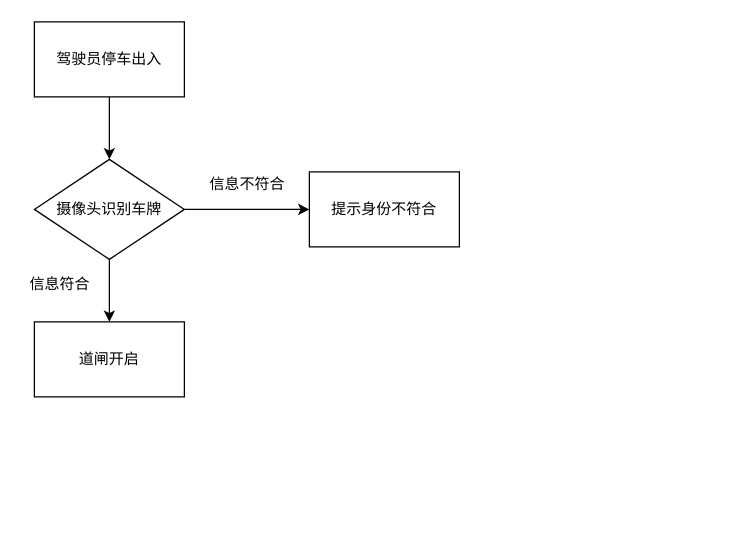
Earlier version of the draw.io diagram Untitled Diagram.drawio (ls12677/software). Source tidied: cells renumbered, new cells numbered last; positions are measured from the earlier drawing's top-left corner, leaving out a move shared by most shapes. Both pictures are drawn from the tidied source at 125%, with x=0, y=0 at pixel (21, 21).
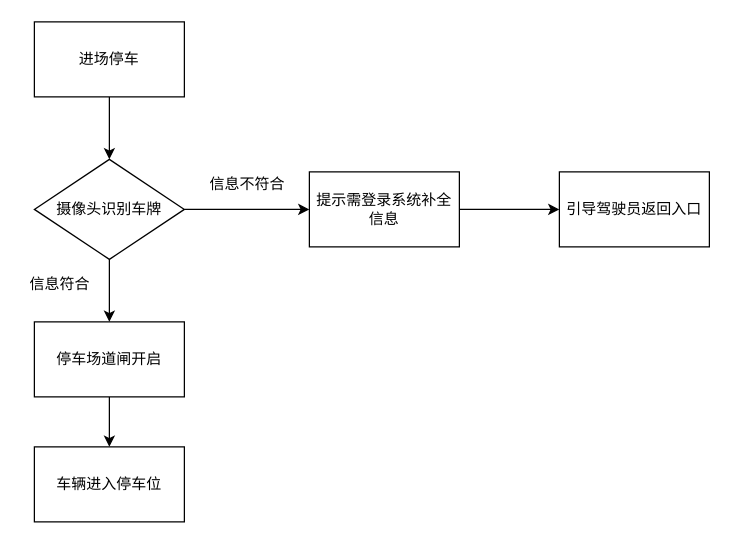
The same diagram, later.

Diff of the diagram source:
```diff
@@
 <mxGraphModel>
   <root>
     <mxCell id="0" />
     <mxCell id="1" parent="0" />
-    <mxCell id="2" value="驾驶员停车出入" style="rounded=0;whiteSpace=wrap;html=1;" parent="1" vertex="1">
+    <mxCell id="2" value="进场停车" style="rounded=0;whiteSpace=wrap;html=1;" parent="1" vertex="1">
       <mxGeometry x="10" width="120" height="60" as="geometry" />
     </mxCell>
     <mxCell id="3" style="endArrow=classic;html=1;exitX=0.5;exitY=1;exitDx=0;exitDy=0;" parent="1" edge="1" source="2">
       <mxGeometry relative="1" as="geometry">
         <mxPoint x="70" y="110" as="targetPoint" />
       </mxGeometry>
     </mxCell>
     <mxCell id="4" value="摄像头识别车牌" style="rhombus;whiteSpace=wrap;html=1;" parent="1" vertex="1">
       <mxGeometry x="10" y="110" width="120" height="80" as="geometry" />
     </mxCell>
-    <mxCell id="5" value="提示身份不符合" style="rounded=0;whiteSpace=wrap;html=1;" parent="1" vertex="1">
+    <mxCell id="5" value="提示需登录系统补全信息" style="rounded=0;whiteSpace=wrap;html=1;" parent="1" vertex="1">
       <mxGeometry x="230" y="120" width="120" height="60" as="geometry" />
     </mxCell>
     <mxCell id="6" style="endArrow=classic;html=1;exitX=1;exitY=0.5;exitDx=0;exitDy=0;" parent="1" edge="1" source="4">
       <mxGeometry relative="1" as="geometry">
         <mxPoint x="230" y="150" as="targetPoint" />
       </mxGeometry>
     </mxCell>
     <mxCell id="7" value="信息不符合" style="text;html=1;align=center;verticalAlign=middle;" parent="1" vertex="1">
       <mxGeometry x="140" y="120" width="80" height="20" as="geometry" />
     </mxCell>
-    <mxCell id="8" value="道闸开启" style="rounded=0;whiteSpace=wrap;html=1;" parent="1" vertex="1">
+    <mxCell id="8" value="停车场道闸开启" style="rounded=0;whiteSpace=wrap;html=1;" parent="1" vertex="1">
       <mxGeometry x="10" y="240" width="120" height="60" as="geometry" />
     </mxCell>
     <mxCell id="9" style="endArrow=classic;html=1;exitX=0.5;exitY=1;exitDx=0;exitDy=0;entryX=0.5;entryY=0;entryDx=0;entryDy=0;" parent="1" edge="1" source="4" target="8">
       <mxGeometry relative="1" as="geometry" />
     </mxCell>
     <mxCell id="10" value="信息符合" style="text;html=1;align=center;verticalAlign=middle;rotation=0;" parent="1" vertex="1">
       <mxGeometry y="200" width="60" height="20" as="geometry" />
     </mxCell>
+    <mxCell id="11" value="引导驾驶员返回入口" style="rounded=0;whiteSpace=wrap;html=1;" parent="1" vertex="1">
+      <mxGeometry x="430" y="120" width="120" height="60" as="geometry" />
+    </mxCell>
+    <mxCell id="12" style="endArrow=classic;html=1;entryX=0;entryY=0.5;entryDx=0;entryDy=0;exitX=1;exitY=0.5;exitDx=0;exitDy=0;" parent="1" edge="1" source="5" target="11">
+      <mxGeometry relative="1" as="geometry" />
+    </mxCell>
+    <mxCell id="13" value="车辆进入停车位" style="rounded=0;whiteSpace=wrap;html=1;" parent="1" vertex="1">
+      <mxGeometry x="10" y="340" width="120" height="60" as="geometry" />
+    </mxCell>
+    <mxCell id="14" style="endArrow=classic;html=1;exitX=0.5;exitY=1;exitDx=0;exitDy=0;" parent="1" edge="1" source="8" target="13">
+      <mxGeometry relative="1" as="geometry" />
+    </mxCell>
   </root>
 </mxGraphModel>
```
